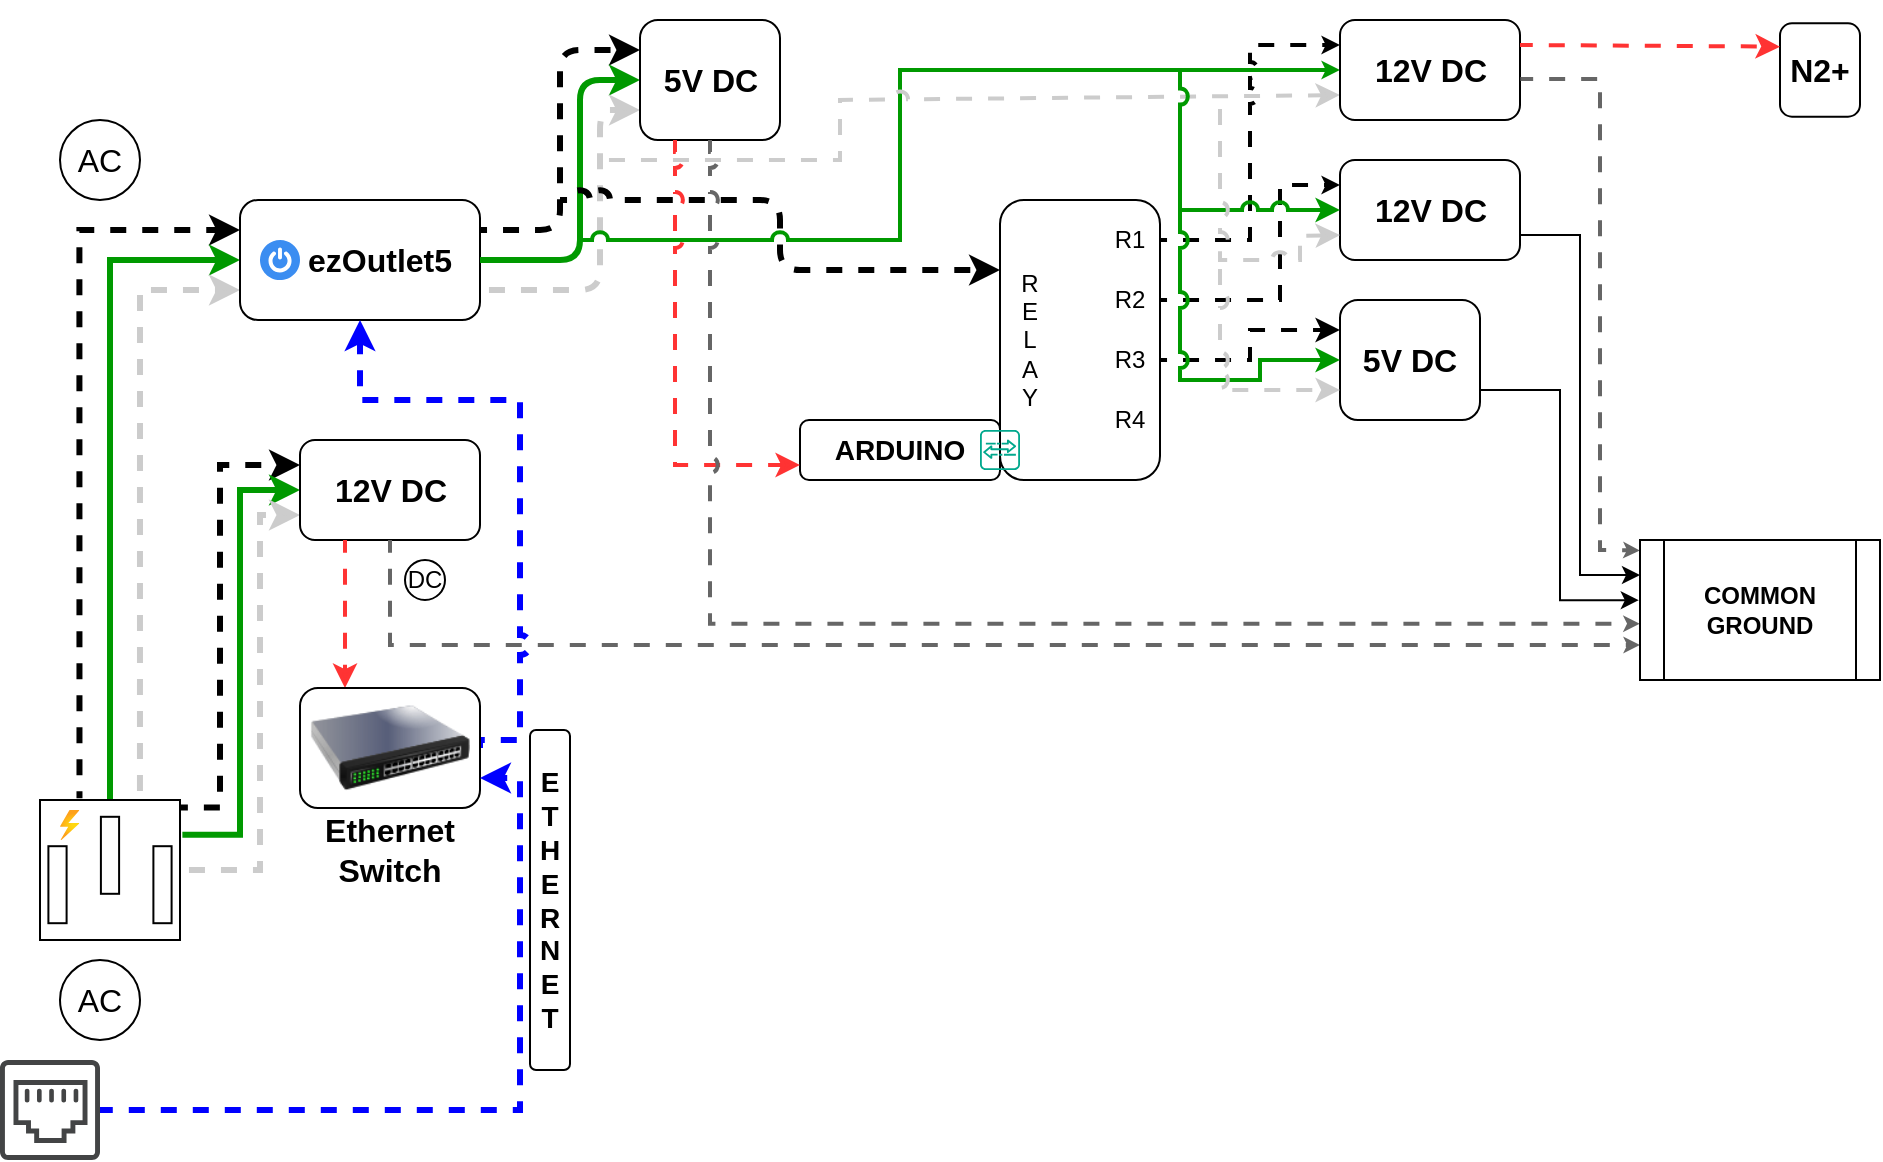
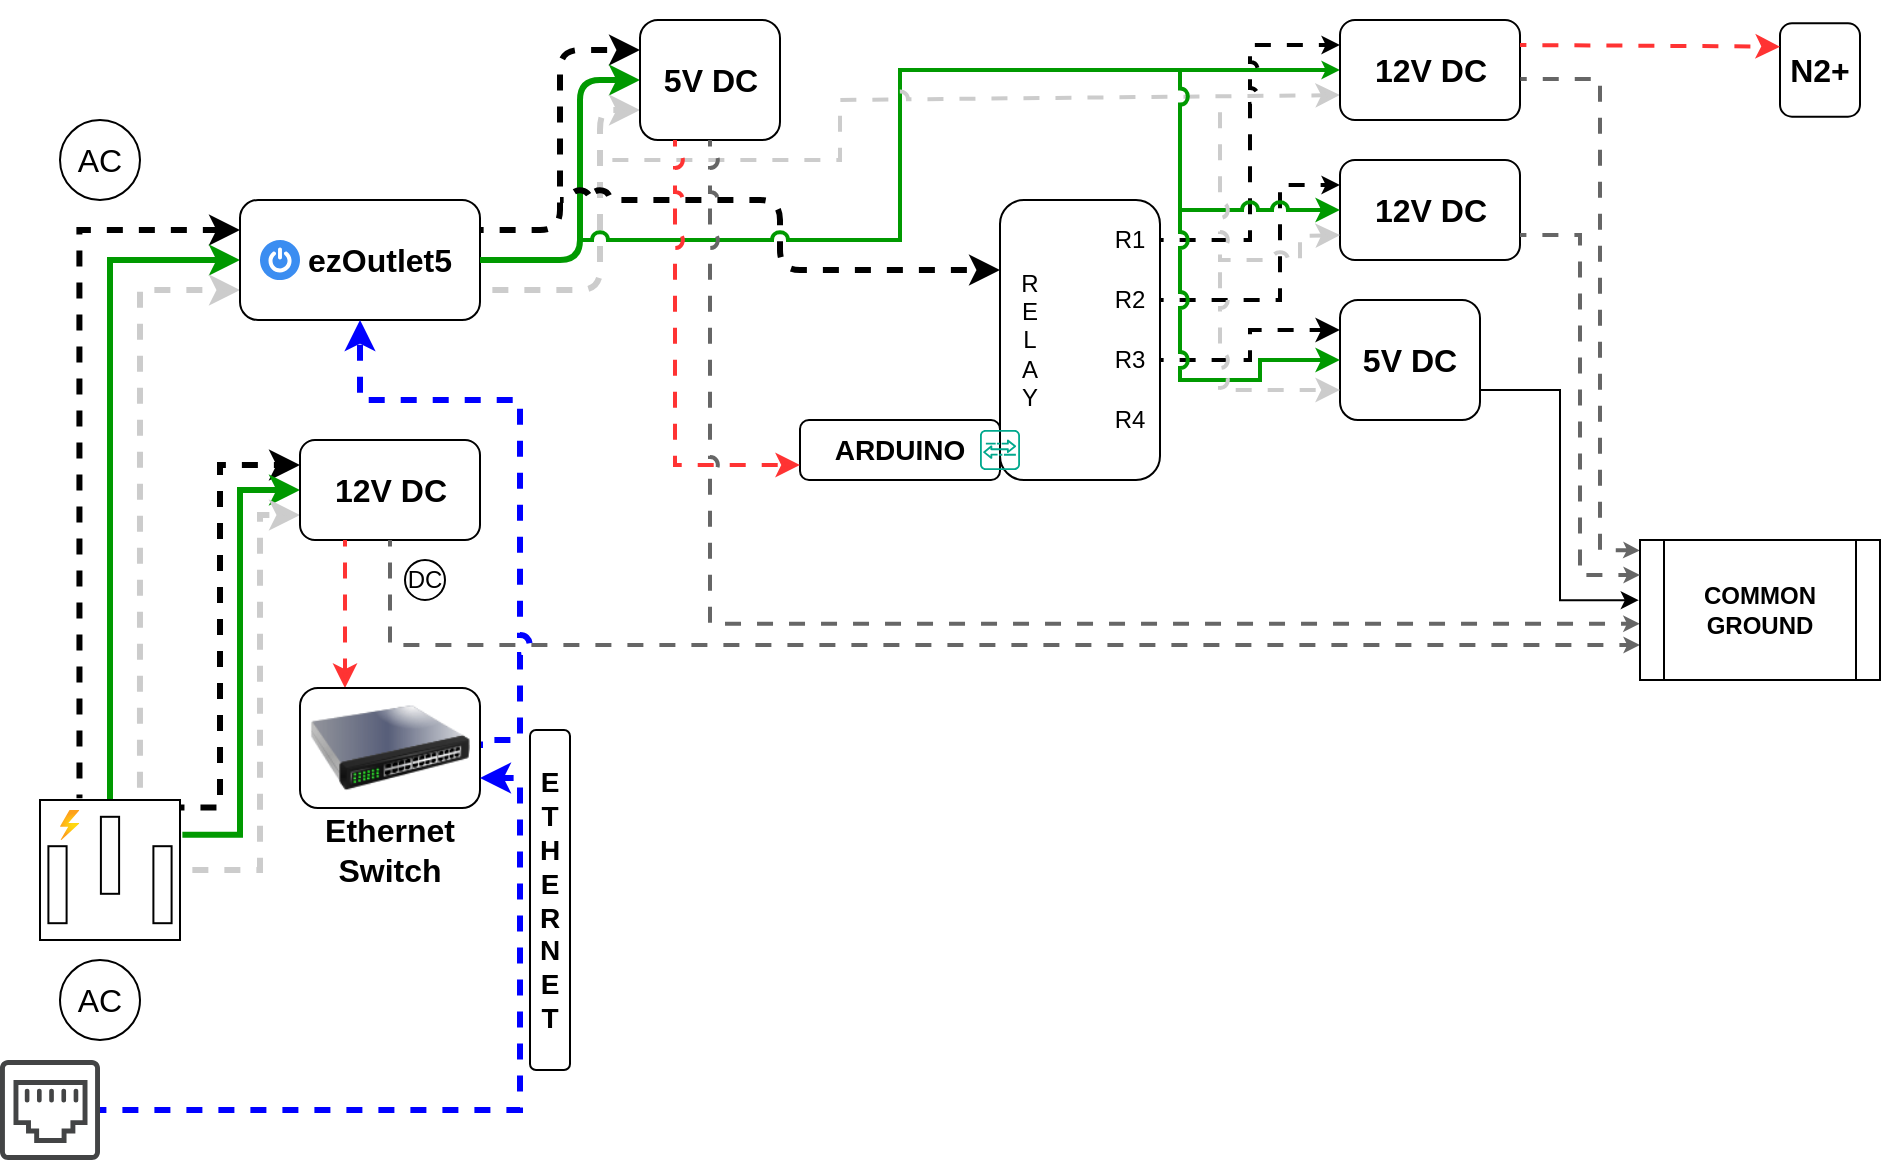
<mxfile host="app.diagrams.net" agent="Mozilla/5.0 (Windows NT 10.0; Win64; x64) AppleWebKit/537.36 (KHTML, like Gecko) Chrome/131.0.0.0 Safari/537.36 Edg/131.0.0.0" version="25.0.3">
  <diagram name="Page-1" id="VlRkN-xOVygPYa-iD9Ir">
-     <mxGraphModel dx="157" dy="98" grid="1" gridSize="10" guides="1" tooltips="1" connect="1" arrows="1" fold="1" page="1" pageScale="1" pageWidth="1600" pageHeight="900" background="none" math="0" shadow="0">
+     <mxGraphModel dx="467" dy="292" grid="1" gridSize="10" guides="1" tooltips="1" connect="1" arrows="1" fold="1" page="1" pageScale="1" pageWidth="1600" pageHeight="900" background="none" math="0" shadow="0">
      <root>
        <mxCell id="0" />
        <mxCell id="1" parent="0" />
        <mxCell id="JVLtuT8sySUBbFbLTn6r-3" style="edgeStyle=orthogonalEdgeStyle;rounded=0;orthogonalLoop=1;jettySize=auto;html=1;entryX=0;entryY=0.25;entryDx=0;entryDy=0;exitX=0.282;exitY=-0.013;exitDx=0;exitDy=0;exitPerimeter=0;strokeWidth=3;flowAnimation=1;flowAnimationDirection=alternate;flowAnimationTimingFunction=ease-in-out;flowAnimationDuration=1500;jumpStyle=arc;" parent="1" source="pD8juBFKP1GN8B8eYQTb-1" target="pD8juBFKP1GN8B8eYQTb-3" edge="1">
          <mxGeometry relative="1" as="geometry" />
        </mxCell>
        <mxCell id="JVLtuT8sySUBbFbLTn6r-4" style="edgeStyle=orthogonalEdgeStyle;rounded=0;orthogonalLoop=1;jettySize=auto;html=1;exitX=0.5;exitY=0;exitDx=0;exitDy=0;exitPerimeter=0;entryX=0;entryY=0.5;entryDx=0;entryDy=0;strokeColor=#009900;strokeWidth=3;jumpStyle=arc;" parent="1" source="pD8juBFKP1GN8B8eYQTb-1" target="pD8juBFKP1GN8B8eYQTb-3" edge="1">
          <mxGeometry relative="1" as="geometry" />
        </mxCell>
        <mxCell id="JVLtuT8sySUBbFbLTn6r-5" style="edgeStyle=orthogonalEdgeStyle;rounded=0;orthogonalLoop=1;jettySize=auto;html=1;entryX=0;entryY=0.75;entryDx=0;entryDy=0;exitX=0.714;exitY=0;exitDx=0;exitDy=0;exitPerimeter=0;strokeWidth=3;strokeColor=#CCCCCC;flowAnimation=1;flowAnimationDirection=alternate-reverse;flowAnimationTimingFunction=ease-in-out;flowAnimationDuration=1500;jumpStyle=arc;" parent="1" source="pD8juBFKP1GN8B8eYQTb-1" target="pD8juBFKP1GN8B8eYQTb-3" edge="1">
          <mxGeometry relative="1" as="geometry">
            <mxPoint x="120" y="320" as="targetPoint" />
          </mxGeometry>
        </mxCell>
        <mxCell id="JVLtuT8sySUBbFbLTn6r-6" style="edgeStyle=orthogonalEdgeStyle;rounded=0;orthogonalLoop=1;jettySize=auto;html=1;entryX=0;entryY=0.25;entryDx=0;entryDy=0;exitX=1.006;exitY=0.054;exitDx=0;exitDy=0;exitPerimeter=0;strokeWidth=3;flowAnimation=1;flowAnimationDirection=alternate;flowAnimationTimingFunction=ease-in-out;flowAnimationDuration=1500;jumpStyle=arc;" parent="1" source="pD8juBFKP1GN8B8eYQTb-1" target="pD8juBFKP1GN8B8eYQTb-24" edge="1">
          <mxGeometry relative="1" as="geometry">
            <Array as="points">
              <mxPoint x="120" y="404" />
              <mxPoint x="120" y="233" />
            </Array>
          </mxGeometry>
        </mxCell>
        <mxCell id="JVLtuT8sySUBbFbLTn6r-7" style="edgeStyle=orthogonalEdgeStyle;rounded=0;orthogonalLoop=1;jettySize=auto;html=1;entryX=0;entryY=0.5;entryDx=0;entryDy=0;exitX=1.017;exitY=0.249;exitDx=0;exitDy=0;exitPerimeter=0;strokeWidth=3;strokeColor=#009900;jumpStyle=arc;" parent="1" source="pD8juBFKP1GN8B8eYQTb-1" target="pD8juBFKP1GN8B8eYQTb-24" edge="1">
          <mxGeometry relative="1" as="geometry" />
        </mxCell>
        <mxCell id="JVLtuT8sySUBbFbLTn6r-8" style="edgeStyle=orthogonalEdgeStyle;rounded=0;orthogonalLoop=1;jettySize=auto;html=1;entryX=0;entryY=0.75;entryDx=0;entryDy=0;strokeColor=#CCCCCC;strokeWidth=3;flowAnimation=1;flowAnimationDirection=alternate-reverse;flowAnimationTimingFunction=ease-in-out;flowAnimationDuration=1500;jumpStyle=arc;" parent="1" source="pD8juBFKP1GN8B8eYQTb-1" target="pD8juBFKP1GN8B8eYQTb-24" edge="1">
          <mxGeometry relative="1" as="geometry">
            <Array as="points">
              <mxPoint x="140" y="435" />
              <mxPoint x="140" y="258" />
            </Array>
          </mxGeometry>
        </mxCell>
        <mxCell id="JVLtuT8sySUBbFbLTn6r-1" value="" style="group" parent="1" vertex="1" connectable="0">
          <mxGeometry x="30" y="480" width="60" height="40" as="geometry" />
        </mxCell>
        <mxCell id="pD8juBFKP1GN8B8eYQTb-22" value="AC" style="text;html=1;align=center;verticalAlign=middle;whiteSpace=wrap;rounded=0;fontSize=16;" parent="JVLtuT8sySUBbFbLTn6r-1" vertex="1">
          <mxGeometry y="5" width="60" height="30" as="geometry" />
        </mxCell>
        <mxCell id="pD8juBFKP1GN8B8eYQTb-23" value="" style="ellipse;whiteSpace=wrap;html=1;fillColor=none;" parent="JVLtuT8sySUBbFbLTn6r-1" vertex="1">
          <mxGeometry x="10" width="40" height="40" as="geometry" />
        </mxCell>
        <mxCell id="JVLtuT8sySUBbFbLTn6r-2" value="" style="group" parent="1" vertex="1" connectable="0">
          <mxGeometry x="30" y="60" width="60" height="40" as="geometry" />
        </mxCell>
        <mxCell id="pD8juBFKP1GN8B8eYQTb-9" value="" style="ellipse;whiteSpace=wrap;html=1;fillColor=none;" parent="JVLtuT8sySUBbFbLTn6r-2" vertex="1">
          <mxGeometry x="10" width="40" height="40" as="geometry" />
        </mxCell>
        <mxCell id="pD8juBFKP1GN8B8eYQTb-11" value="AC" style="text;html=1;align=center;verticalAlign=middle;whiteSpace=wrap;rounded=0;fontSize=16;" parent="JVLtuT8sySUBbFbLTn6r-2" vertex="1">
          <mxGeometry y="5" width="60" height="30" as="geometry" />
        </mxCell>
        <mxCell id="JVLtuT8sySUBbFbLTn6r-9" value="" style="group" parent="1" vertex="1" connectable="0">
          <mxGeometry x="130" y="100" width="120" height="60" as="geometry" />
        </mxCell>
        <mxCell id="JVLtuT8sySUBbFbLTn6r-16" value="" style="group" parent="JVLtuT8sySUBbFbLTn6r-9" vertex="1" connectable="0">
          <mxGeometry width="120" height="60" as="geometry" />
        </mxCell>
        <mxCell id="pD8juBFKP1GN8B8eYQTb-3" value="" style="rounded=1;whiteSpace=wrap;html=1;" parent="JVLtuT8sySUBbFbLTn6r-16" vertex="1">
          <mxGeometry width="120" height="60" as="geometry" />
        </mxCell>
        <mxCell id="JVLtuT8sySUBbFbLTn6r-13" value="" style="sketch=0;html=1;aspect=fixed;strokeColor=none;shadow=0;fillColor=#3B8DF1;verticalAlign=top;labelPosition=center;verticalLabelPosition=bottom;shape=mxgraph.gcp2.a7_power" parent="JVLtuT8sySUBbFbLTn6r-16" vertex="1">
          <mxGeometry x="10" y="20" width="20" height="20" as="geometry" />
        </mxCell>
        <mxCell id="pD8juBFKP1GN8B8eYQTb-15" value="&lt;b&gt;ezOutlet5&lt;/b&gt;" style="text;html=1;align=center;verticalAlign=middle;whiteSpace=wrap;rounded=0;fontSize=16;" parent="JVLtuT8sySUBbFbLTn6r-16" vertex="1">
          <mxGeometry x="40" y="10" width="60" height="40" as="geometry" />
        </mxCell>
        <mxCell id="JVLtuT8sySUBbFbLTn6r-11" value="" style="group" parent="1" vertex="1" connectable="0">
          <mxGeometry x="160" y="220" width="90" height="50" as="geometry" />
        </mxCell>
        <mxCell id="JVLtuT8sySUBbFbLTn6r-72" value="" style="group" parent="JVLtuT8sySUBbFbLTn6r-11" vertex="1" connectable="0">
          <mxGeometry width="90" height="50" as="geometry" />
        </mxCell>
        <mxCell id="pD8juBFKP1GN8B8eYQTb-24" value="" style="rounded=1;whiteSpace=wrap;html=1;" parent="JVLtuT8sySUBbFbLTn6r-72" vertex="1">
          <mxGeometry width="90" height="50" as="geometry" />
        </mxCell>
        <mxCell id="JVLtuT8sySUBbFbLTn6r-10" value="&lt;font style=&quot;font-size: 16px;&quot;&gt;&lt;b&gt;12V DC&lt;/b&gt;&lt;/font&gt;" style="text;html=1;align=center;verticalAlign=middle;whiteSpace=wrap;rounded=0;" parent="JVLtuT8sySUBbFbLTn6r-72" vertex="1">
          <mxGeometry x="15.75" y="10" width="58.5" height="30" as="geometry" />
        </mxCell>
        <mxCell id="JVLtuT8sySUBbFbLTn6r-18" value="" style="group" parent="1" vertex="1" connectable="0">
          <mxGeometry x="30" y="400" width="70" height="70" as="geometry" />
        </mxCell>
        <mxCell id="pD8juBFKP1GN8B8eYQTb-1" value="" style="pointerEvents=1;verticalLabelPosition=bottom;shadow=0;dashed=0;align=center;html=1;verticalAlign=top;shape=mxgraph.electrical.miscellaneous.ac_out" parent="JVLtuT8sySUBbFbLTn6r-18" vertex="1">
          <mxGeometry width="70" height="70" as="geometry" />
        </mxCell>
        <mxCell id="JVLtuT8sySUBbFbLTn6r-12" value="" style="image;aspect=fixed;html=1;points=[];align=center;fontSize=12;image=img/lib/azure2/general/Power.svg;" parent="JVLtuT8sySUBbFbLTn6r-18" vertex="1">
          <mxGeometry x="10" y="5" width="9.72" height="15" as="geometry" />
        </mxCell>
        <mxCell id="JVLtuT8sySUBbFbLTn6r-23" style="edgeStyle=orthogonalEdgeStyle;rounded=0;orthogonalLoop=1;jettySize=auto;html=1;entryX=0.25;entryY=0;entryDx=0;entryDy=0;exitX=0.25;exitY=1;exitDx=0;exitDy=0;strokeColor=#FF3333;strokeWidth=2;flowAnimation=1;jumpStyle=arc;" parent="1" source="pD8juBFKP1GN8B8eYQTb-24" target="JVLtuT8sySUBbFbLTn6r-19" edge="1">
          <mxGeometry relative="1" as="geometry" />
        </mxCell>
        <mxCell id="JVLtuT8sySUBbFbLTn6r-28" value="" style="group" parent="1" vertex="1" connectable="0">
          <mxGeometry x="210" y="280" width="25" height="20" as="geometry" />
        </mxCell>
        <mxCell id="JVLtuT8sySUBbFbLTn6r-26" value="" style="ellipse;whiteSpace=wrap;html=1;aspect=fixed;" parent="JVLtuT8sySUBbFbLTn6r-28" vertex="1">
          <mxGeometry x="2.5" width="20" height="20" as="geometry" />
        </mxCell>
        <mxCell id="JVLtuT8sySUBbFbLTn6r-27" value="&lt;font&gt;DC&lt;/font&gt;" style="text;html=1;align=center;verticalAlign=middle;whiteSpace=wrap;rounded=0;" parent="JVLtuT8sySUBbFbLTn6r-28" vertex="1">
          <mxGeometry y="2.5" width="25" height="15" as="geometry" />
        </mxCell>
        <mxCell id="JVLtuT8sySUBbFbLTn6r-29" style="edgeStyle=orthogonalEdgeStyle;rounded=0;orthogonalLoop=1;jettySize=auto;html=1;exitX=0.5;exitY=1;exitDx=0;exitDy=0;strokeWidth=2;flowAnimation=1;strokeColor=#666666;jumpStyle=arc;entryX=0;entryY=0.75;entryDx=0;entryDy=0;endSize=2;" parent="1" source="pD8juBFKP1GN8B8eYQTb-24" target="0aRQkGjj-KWWZOeJOGup-9" edge="1">
          <mxGeometry relative="1" as="geometry">
            <mxPoint x="810" y="370" as="targetPoint" />
          </mxGeometry>
        </mxCell>
        <mxCell id="JVLtuT8sySUBbFbLTn6r-30" style="edgeStyle=orthogonalEdgeStyle;rounded=0;orthogonalLoop=1;jettySize=auto;html=1;exitX=1;exitY=0.5;exitDx=0;exitDy=0;entryX=0.5;entryY=1;entryDx=0;entryDy=0;strokeColor=#0000FF;strokeWidth=3;flowAnimation=1;jumpStyle=arc;" parent="1" source="JVLtuT8sySUBbFbLTn6r-19" target="pD8juBFKP1GN8B8eYQTb-3" edge="1">
          <mxGeometry relative="1" as="geometry">
            <Array as="points">
              <mxPoint x="270" y="370" />
              <mxPoint x="270" y="200" />
              <mxPoint x="190" y="200" />
            </Array>
          </mxGeometry>
        </mxCell>
        <mxCell id="JVLtuT8sySUBbFbLTn6r-33" value="" style="rounded=1;whiteSpace=wrap;html=1;" parent="1" vertex="1">
          <mxGeometry x="510" y="100" width="80" height="140" as="geometry" />
        </mxCell>
        <mxCell id="JVLtuT8sySUBbFbLTn6r-35" style="edgeStyle=orthogonalEdgeStyle;rounded=1;orthogonalLoop=1;jettySize=auto;html=1;exitX=1;exitY=0.25;exitDx=0;exitDy=0;entryX=0;entryY=0.25;entryDx=0;entryDy=0;curved=0;strokeWidth=3;flowAnimation=1;flowAnimationDirection=alternate;flowAnimationTimingFunction=ease-in-out;flowAnimationDuration=1500;jumpStyle=arc;" parent="1" source="pD8juBFKP1GN8B8eYQTb-3" target="JVLtuT8sySUBbFbLTn6r-34" edge="1">
          <mxGeometry relative="1" as="geometry" />
        </mxCell>
        <mxCell id="JVLtuT8sySUBbFbLTn6r-36" style="edgeStyle=orthogonalEdgeStyle;rounded=1;orthogonalLoop=1;jettySize=auto;html=1;exitX=1;exitY=0.5;exitDx=0;exitDy=0;entryX=0;entryY=0.5;entryDx=0;entryDy=0;curved=0;strokeWidth=3;strokeColor=#009900;jumpStyle=arc;" parent="1" source="pD8juBFKP1GN8B8eYQTb-3" target="JVLtuT8sySUBbFbLTn6r-34" edge="1">
          <mxGeometry relative="1" as="geometry">
            <Array as="points">
              <mxPoint x="300" y="130" />
              <mxPoint x="300" y="40" />
            </Array>
          </mxGeometry>
        </mxCell>
        <mxCell id="JVLtuT8sySUBbFbLTn6r-37" style="edgeStyle=orthogonalEdgeStyle;rounded=1;orthogonalLoop=1;jettySize=auto;html=1;exitX=1;exitY=0.75;exitDx=0;exitDy=0;entryX=0;entryY=0.75;entryDx=0;entryDy=0;curved=0;strokeColor=#CCCCCC;strokeWidth=3;flowAnimation=1;flowAnimationDirection=alternate-reverse;flowAnimationTimingFunction=ease-in-out;flowAnimationDuration=1500;jumpStyle=arc;" parent="1" source="pD8juBFKP1GN8B8eYQTb-3" target="JVLtuT8sySUBbFbLTn6r-34" edge="1">
          <mxGeometry relative="1" as="geometry">
            <Array as="points">
              <mxPoint x="310" y="145" />
              <mxPoint x="310" y="55" />
            </Array>
          </mxGeometry>
        </mxCell>
        <mxCell id="JVLtuT8sySUBbFbLTn6r-40" value="" style="endArrow=classic;html=1;rounded=1;curved=0;entryX=0;entryY=0.25;entryDx=0;entryDy=0;jumpStyle=arc;strokeWidth=3;flowAnimation=1;flowAnimationDirection=alternate;flowAnimationTimingFunction=ease-in-out;flowAnimationDuration=1500;" parent="1" target="JVLtuT8sySUBbFbLTn6r-33" edge="1">
          <mxGeometry width="50" height="50" relative="1" as="geometry">
            <mxPoint x="290" y="100" as="sourcePoint" />
            <mxPoint x="410" y="170" as="targetPoint" />
            <Array as="points">
              <mxPoint x="400" y="100" />
              <mxPoint x="400" y="135" />
            </Array>
          </mxGeometry>
        </mxCell>
        <mxCell id="JVLtuT8sySUBbFbLTn6r-51" value="" style="group" parent="1" vertex="1" connectable="0">
          <mxGeometry x="160" y="344" width="90" height="96" as="geometry" />
        </mxCell>
        <mxCell id="JVLtuT8sySUBbFbLTn6r-21" value="" style="group" parent="JVLtuT8sySUBbFbLTn6r-51" vertex="1" connectable="0">
          <mxGeometry width="90" height="70" as="geometry" />
        </mxCell>
        <mxCell id="JVLtuT8sySUBbFbLTn6r-50" value="" style="group" parent="JVLtuT8sySUBbFbLTn6r-21" vertex="1" connectable="0">
          <mxGeometry width="90" height="70" as="geometry" />
        </mxCell>
        <mxCell id="JVLtuT8sySUBbFbLTn6r-19" value="" style="rounded=1;whiteSpace=wrap;html=1;" parent="JVLtuT8sySUBbFbLTn6r-50" vertex="1">
          <mxGeometry width="90" height="60" as="geometry" />
        </mxCell>
        <mxCell id="JVLtuT8sySUBbFbLTn6r-49" value="" style="image;html=1;image=img/lib/clip_art/networking/Switch_128x128.png" parent="JVLtuT8sySUBbFbLTn6r-50" vertex="1">
          <mxGeometry x="5" y="-10" width="80" height="80" as="geometry" />
        </mxCell>
        <mxCell id="JVLtuT8sySUBbFbLTn6r-20" value="&lt;b&gt;&lt;font style=&quot;font-size: 16px;&quot;&gt;Ethernet&lt;/font&gt;&lt;/b&gt;&lt;div&gt;&lt;b&gt;&lt;font style=&quot;font-size: 16px;&quot;&gt;Switch&lt;/font&gt;&lt;/b&gt;&lt;/div&gt;" style="text;html=1;align=center;verticalAlign=middle;whiteSpace=wrap;rounded=0;" parent="JVLtuT8sySUBbFbLTn6r-51" vertex="1">
          <mxGeometry x="15" y="66" width="60" height="30" as="geometry" />
        </mxCell>
        <mxCell id="JVLtuT8sySUBbFbLTn6r-53" value="" style="group" parent="1" vertex="1" connectable="0">
          <mxGeometry x="330" y="10" width="70" height="60" as="geometry" />
        </mxCell>
        <mxCell id="JVLtuT8sySUBbFbLTn6r-71" value="" style="group" parent="JVLtuT8sySUBbFbLTn6r-53" vertex="1" connectable="0">
          <mxGeometry width="70" height="60" as="geometry" />
        </mxCell>
        <mxCell id="JVLtuT8sySUBbFbLTn6r-34" value="" style="rounded=1;whiteSpace=wrap;html=1;" parent="JVLtuT8sySUBbFbLTn6r-71" vertex="1">
          <mxGeometry width="70" height="60" as="geometry" />
        </mxCell>
        <mxCell id="JVLtuT8sySUBbFbLTn6r-52" value="&lt;font style=&quot;font-size: 16px;&quot;&gt;&lt;b&gt;5&lt;/b&gt;&lt;/font&gt;&lt;b style=&quot;font-size: 16px; background-color: initial;&quot;&gt;V DC&lt;/b&gt;" style="text;html=1;align=center;verticalAlign=middle;whiteSpace=wrap;rounded=0;" parent="JVLtuT8sySUBbFbLTn6r-71" vertex="1">
          <mxGeometry x="5.75" y="15" width="58.5" height="30" as="geometry" />
        </mxCell>
        <mxCell id="JVLtuT8sySUBbFbLTn6r-54" value="" style="endArrow=classic;html=1;rounded=0;entryX=0;entryY=0.5;entryDx=0;entryDy=0;jumpStyle=arc;strokeColor=#009900;strokeWidth=2;endSize=3;" parent="1" target="JVLtuT8sySUBbFbLTn6r-74" edge="1">
          <mxGeometry width="50" height="50" relative="1" as="geometry">
            <mxPoint x="300" y="120" as="sourcePoint" />
            <mxPoint x="350" y="80" as="targetPoint" />
            <Array as="points">
              <mxPoint x="460" y="120" />
              <mxPoint x="460" y="35" />
            </Array>
          </mxGeometry>
        </mxCell>
        <mxCell id="JVLtuT8sySUBbFbLTn6r-55" value="" style="endArrow=classic;html=1;rounded=0;entryX=0;entryY=0.75;entryDx=0;entryDy=0;strokeColor=#CCCCCC;strokeWidth=2;jumpStyle=arc;flowAnimation=1;flowAnimationDirection=alternate-reverse;flowAnimationTimingFunction=ease-in-out;flowAnimationDuration=1500;" parent="1" target="JVLtuT8sySUBbFbLTn6r-74" edge="1">
          <mxGeometry width="50" height="50" relative="1" as="geometry">
            <mxPoint x="310" y="80" as="sourcePoint" />
            <mxPoint x="350" y="140" as="targetPoint" />
            <Array as="points">
              <mxPoint x="430" y="80" />
              <mxPoint x="430" y="50" />
              <mxPoint x="520" y="50" />
            </Array>
          </mxGeometry>
        </mxCell>
        <mxCell id="JVLtuT8sySUBbFbLTn6r-56" value="R&lt;div&gt;E&lt;/div&gt;&lt;div&gt;L&lt;/div&gt;&lt;div&gt;A&lt;/div&gt;&lt;div&gt;Y&lt;/div&gt;" style="text;html=1;align=center;verticalAlign=middle;whiteSpace=wrap;rounded=0;" parent="1" vertex="1">
          <mxGeometry x="510" y="135" width="30" height="70" as="geometry" />
        </mxCell>
        <mxCell id="JVLtuT8sySUBbFbLTn6r-79" style="edgeStyle=orthogonalEdgeStyle;rounded=0;orthogonalLoop=1;jettySize=auto;html=1;exitX=1;exitY=0.5;exitDx=0;exitDy=0;entryX=0;entryY=0.25;entryDx=0;entryDy=0;strokeWidth=2;flowAnimation=1;flowAnimationDirection=alternate;flowAnimationTimingFunction=ease-in-out;flowAnimationDuration=1500;jumpStyle=arc;endSize=3;" parent="1" source="JVLtuT8sySUBbFbLTn6r-57" target="JVLtuT8sySUBbFbLTn6r-74" edge="1">
          <mxGeometry relative="1" as="geometry" />
        </mxCell>
        <mxCell id="JVLtuT8sySUBbFbLTn6r-57" value="R1" style="text;html=1;align=center;verticalAlign=middle;whiteSpace=wrap;rounded=0;" parent="1" vertex="1">
          <mxGeometry x="560" y="105" width="30" height="30" as="geometry" />
        </mxCell>
        <mxCell id="JVLtuT8sySUBbFbLTn6r-80" style="edgeStyle=orthogonalEdgeStyle;rounded=0;orthogonalLoop=1;jettySize=auto;html=1;exitX=1;exitY=0.5;exitDx=0;exitDy=0;entryX=0;entryY=0.25;entryDx=0;entryDy=0;strokeWidth=2;flowAnimation=1;flowAnimationDirection=alternate;flowAnimationTimingFunction=ease-in-out;flowAnimationDuration=1500;endSize=3;jumpStyle=arc;" parent="1" source="JVLtuT8sySUBbFbLTn6r-58" target="JVLtuT8sySUBbFbLTn6r-77" edge="1">
          <mxGeometry relative="1" as="geometry">
            <Array as="points">
              <mxPoint x="650" y="150" />
              <mxPoint x="650" y="93" />
            </Array>
          </mxGeometry>
        </mxCell>
        <mxCell id="JVLtuT8sySUBbFbLTn6r-58" value="R2" style="text;html=1;align=center;verticalAlign=middle;whiteSpace=wrap;rounded=0;" parent="1" vertex="1">
          <mxGeometry x="560" y="135" width="30" height="30" as="geometry" />
        </mxCell>
        <mxCell id="JVLtuT8sySUBbFbLTn6r-81" style="edgeStyle=orthogonalEdgeStyle;rounded=0;orthogonalLoop=1;jettySize=auto;html=1;exitX=1;exitY=0.5;exitDx=0;exitDy=0;entryX=0;entryY=0.25;entryDx=0;entryDy=0;strokeWidth=2;flowAnimation=1;flowAnimationDirection=alternate;flowAnimationTimingFunction=ease-in-out;flowAnimationDuration=1500;jumpStyle=arc;" parent="1" source="JVLtuT8sySUBbFbLTn6r-59" target="JVLtuT8sySUBbFbLTn6r-63" edge="1">
          <mxGeometry relative="1" as="geometry" />
        </mxCell>
        <mxCell id="JVLtuT8sySUBbFbLTn6r-59" value="R3" style="text;html=1;align=center;verticalAlign=middle;whiteSpace=wrap;rounded=0;" parent="1" vertex="1">
          <mxGeometry x="560" y="165" width="30" height="30" as="geometry" />
        </mxCell>
        <mxCell id="JVLtuT8sySUBbFbLTn6r-60" value="R4" style="text;html=1;align=center;verticalAlign=middle;whiteSpace=wrap;rounded=0;" parent="1" vertex="1">
          <mxGeometry x="560" y="195" width="30" height="30" as="geometry" />
        </mxCell>
        <mxCell id="JVLtuT8sySUBbFbLTn6r-67" value="" style="group" parent="1" vertex="1" connectable="0">
          <mxGeometry x="680" y="150" width="70" height="60" as="geometry" />
        </mxCell>
        <mxCell id="JVLtuT8sySUBbFbLTn6r-63" value="" style="rounded=1;whiteSpace=wrap;html=1;" parent="JVLtuT8sySUBbFbLTn6r-67" vertex="1">
          <mxGeometry width="70" height="60" as="geometry" />
        </mxCell>
        <mxCell id="JVLtuT8sySUBbFbLTn6r-62" value="" style="group" parent="JVLtuT8sySUBbFbLTn6r-67" vertex="1" connectable="0">
          <mxGeometry x="5" y="5" width="60" height="50" as="geometry" />
        </mxCell>
        <mxCell id="JVLtuT8sySUBbFbLTn6r-64" value="&lt;font style=&quot;font-size: 16px;&quot;&gt;&lt;b&gt;5&lt;/b&gt;&lt;/font&gt;&lt;b style=&quot;font-size: 16px; background-color: initial;&quot;&gt;V DC&lt;/b&gt;" style="text;html=1;align=center;verticalAlign=middle;whiteSpace=wrap;rounded=0;" parent="JVLtuT8sySUBbFbLTn6r-62" vertex="1">
          <mxGeometry x="4.928571428571428" y="12.5" width="50.14285714285714" height="25" as="geometry" />
        </mxCell>
        <mxCell id="JVLtuT8sySUBbFbLTn6r-73" value="" style="group" parent="1" vertex="1" connectable="0">
          <mxGeometry x="680" y="10" width="90" height="50" as="geometry" />
        </mxCell>
        <mxCell id="JVLtuT8sySUBbFbLTn6r-74" value="" style="rounded=1;whiteSpace=wrap;html=1;" parent="JVLtuT8sySUBbFbLTn6r-73" vertex="1">
          <mxGeometry width="90" height="50" as="geometry" />
        </mxCell>
        <mxCell id="JVLtuT8sySUBbFbLTn6r-75" value="&lt;font style=&quot;font-size: 16px;&quot;&gt;&lt;b&gt;12V DC&lt;/b&gt;&lt;/font&gt;" style="text;html=1;align=center;verticalAlign=middle;whiteSpace=wrap;rounded=0;" parent="JVLtuT8sySUBbFbLTn6r-73" vertex="1">
          <mxGeometry x="15.75" y="10" width="58.5" height="30" as="geometry" />
        </mxCell>
        <mxCell id="JVLtuT8sySUBbFbLTn6r-76" value="" style="group" parent="1" vertex="1" connectable="0">
          <mxGeometry x="680" y="80" width="90" height="50" as="geometry" />
        </mxCell>
        <mxCell id="JVLtuT8sySUBbFbLTn6r-77" value="" style="rounded=1;whiteSpace=wrap;html=1;" parent="JVLtuT8sySUBbFbLTn6r-76" vertex="1">
          <mxGeometry width="90" height="50" as="geometry" />
        </mxCell>
        <mxCell id="JVLtuT8sySUBbFbLTn6r-78" value="&lt;font style=&quot;font-size: 16px;&quot;&gt;&lt;b&gt;12V DC&lt;/b&gt;&lt;/font&gt;" style="text;html=1;align=center;verticalAlign=middle;whiteSpace=wrap;rounded=0;" parent="JVLtuT8sySUBbFbLTn6r-76" vertex="1">
          <mxGeometry x="15.75" y="10" width="58.5" height="30" as="geometry" />
        </mxCell>
        <mxCell id="JVLtuT8sySUBbFbLTn6r-82" value="" style="endArrow=classic;html=1;rounded=0;entryX=0;entryY=0.5;entryDx=0;entryDy=0;jumpStyle=arc;strokeColor=#009900;strokeWidth=2;" parent="1" target="JVLtuT8sySUBbFbLTn6r-77" edge="1">
          <mxGeometry width="50" height="50" relative="1" as="geometry">
            <mxPoint x="600" y="35" as="sourcePoint" />
            <mxPoint x="660" y="105" as="targetPoint" />
            <Array as="points">
              <mxPoint x="600" y="105" />
            </Array>
          </mxGeometry>
        </mxCell>
        <mxCell id="JVLtuT8sySUBbFbLTn6r-83" value="" style="endArrow=classic;html=1;rounded=0;entryX=0;entryY=0.75;entryDx=0;entryDy=0;strokeWidth=2;strokeColor=#CCCCCC;flowAnimation=1;flowAnimationTimingFunction=ease-in-out;flowAnimationDirection=alternate-reverse;jumpStyle=arc;flowAnimationDuration=1500;" parent="1" target="JVLtuT8sySUBbFbLTn6r-77" edge="1">
          <mxGeometry width="50" height="50" relative="1" as="geometry">
            <mxPoint x="620" y="50" as="sourcePoint" />
            <mxPoint x="480" y="40" as="targetPoint" />
            <Array as="points">
              <mxPoint x="620" y="130" />
              <mxPoint x="660" y="130" />
              <mxPoint x="660" y="118" />
            </Array>
          </mxGeometry>
        </mxCell>
        <mxCell id="JVLtuT8sySUBbFbLTn6r-88" value="" style="endArrow=classic;html=1;rounded=0;entryX=0;entryY=0.5;entryDx=0;entryDy=0;strokeColor=#009900;strokeWidth=2;jumpStyle=arc;" parent="1" target="JVLtuT8sySUBbFbLTn6r-63" edge="1">
          <mxGeometry width="50" height="50" relative="1" as="geometry">
            <mxPoint x="600" y="100" as="sourcePoint" />
            <mxPoint x="600" y="140" as="targetPoint" />
            <Array as="points">
              <mxPoint x="600" y="190" />
              <mxPoint x="640" y="190" />
              <mxPoint x="640" y="180" />
            </Array>
          </mxGeometry>
        </mxCell>
        <mxCell id="JVLtuT8sySUBbFbLTn6r-89" value="" style="endArrow=classic;html=1;rounded=0;entryX=0;entryY=0.75;entryDx=0;entryDy=0;strokeWidth=2;strokeColor=#CCCCCC;flowAnimation=1;jumpStyle=arc;flowAnimationTimingFunction=ease-in-out;flowAnimationDirection=alternate-reverse;flowAnimationDuration=1500;" parent="1" target="JVLtuT8sySUBbFbLTn6r-63" edge="1">
          <mxGeometry width="50" height="50" relative="1" as="geometry">
            <mxPoint x="620" y="130" as="sourcePoint" />
            <mxPoint x="600" y="100" as="targetPoint" />
            <Array as="points">
              <mxPoint x="620" y="195" />
            </Array>
          </mxGeometry>
        </mxCell>
        <mxCell id="JVLtuT8sySUBbFbLTn6r-90" value="&lt;b&gt;&lt;font style=&quot;font-size: 14px;&quot;&gt;ARDUINO&lt;/font&gt;&lt;/b&gt;" style="rounded=1;whiteSpace=wrap;html=1;" parent="1" vertex="1">
          <mxGeometry x="410" y="210" width="100" height="30" as="geometry" />
        </mxCell>
        <mxCell id="JVLtuT8sySUBbFbLTn6r-91" style="edgeStyle=orthogonalEdgeStyle;rounded=0;orthogonalLoop=1;jettySize=auto;html=1;exitX=0.25;exitY=1;exitDx=0;exitDy=0;entryX=0;entryY=0.75;entryDx=0;entryDy=0;strokeWidth=2;flowAnimation=1;strokeColor=#FF3333;jumpStyle=arc;" parent="1" source="JVLtuT8sySUBbFbLTn6r-34" target="JVLtuT8sySUBbFbLTn6r-90" edge="1">
          <mxGeometry relative="1" as="geometry" />
        </mxCell>
        <mxCell id="JVLtuT8sySUBbFbLTn6r-92" style="edgeStyle=orthogonalEdgeStyle;rounded=0;orthogonalLoop=1;jettySize=auto;html=1;exitX=0.5;exitY=1;exitDx=0;exitDy=0;entryX=-0.001;entryY=0.598;entryDx=0;entryDy=0;strokeWidth=2;flowAnimation=1;strokeColor=#666666;jumpStyle=arc;endSize=2;entryPerimeter=0;" parent="1" source="JVLtuT8sySUBbFbLTn6r-34" target="0aRQkGjj-KWWZOeJOGup-9" edge="1">
          <mxGeometry relative="1" as="geometry" />
        </mxCell>
        <mxCell id="JVLtuT8sySUBbFbLTn6r-93" value="" style="sketch=0;outlineConnect=0;fontColor=#232F3E;gradientColor=none;fillColor=#01A88D;strokeColor=none;dashed=0;verticalLabelPosition=bottom;verticalAlign=top;align=center;html=1;fontSize=12;fontStyle=0;aspect=fixed;shape=mxgraph.aws4.agent2;" parent="1" vertex="1">
          <mxGeometry x="500" y="215" width="20" height="20" as="geometry" />
        </mxCell>
        <mxCell id="0aRQkGjj-KWWZOeJOGup-1" value="" style="endArrow=classic;html=1;rounded=0;entryX=1;entryY=0.75;entryDx=0;entryDy=0;strokeWidth=3;strokeColor=#0000FF;flowAnimation=1;jumpStyle=arc;" edge="1" parent="1" source="0aRQkGjj-KWWZOeJOGup-3" target="JVLtuT8sySUBbFbLTn6r-19">
          <mxGeometry width="50" height="50" relative="1" as="geometry">
            <mxPoint x="40" y="560" as="sourcePoint" />
            <mxPoint x="560" y="420" as="targetPoint" />
            <Array as="points">
              <mxPoint x="270" y="555" />
              <mxPoint x="270" y="389" />
            </Array>
          </mxGeometry>
        </mxCell>
        <mxCell id="0aRQkGjj-KWWZOeJOGup-2" value="" style="group" vertex="1" connectable="0" parent="1">
          <mxGeometry x="270" y="365" width="30" height="170" as="geometry" />
        </mxCell>
        <mxCell id="JVLtuT8sySUBbFbLTn6r-31" value="" style="rounded=1;whiteSpace=wrap;html=1;" parent="0aRQkGjj-KWWZOeJOGup-2" vertex="1">
          <mxGeometry x="5" width="20" height="170" as="geometry" />
        </mxCell>
        <mxCell id="JVLtuT8sySUBbFbLTn6r-32" value="&lt;b&gt;&lt;font style=&quot;font-size: 14px;&quot;&gt;E&lt;/font&gt;&lt;/b&gt;&lt;div&gt;&lt;b&gt;&lt;font style=&quot;font-size: 14px;&quot;&gt;T&lt;/font&gt;&lt;/b&gt;&lt;/div&gt;&lt;div&gt;&lt;b&gt;&lt;font style=&quot;font-size: 14px;&quot;&gt;H&lt;/font&gt;&lt;/b&gt;&lt;/div&gt;&lt;div&gt;&lt;b&gt;&lt;font style=&quot;font-size: 14px;&quot;&gt;E&lt;/font&gt;&lt;/b&gt;&lt;/div&gt;&lt;div&gt;&lt;b&gt;&lt;font style=&quot;font-size: 14px;&quot;&gt;R&lt;/font&gt;&lt;/b&gt;&lt;/div&gt;&lt;div&gt;&lt;b&gt;&lt;font style=&quot;font-size: 14px;&quot;&gt;N&lt;/font&gt;&lt;/b&gt;&lt;/div&gt;&lt;div&gt;&lt;b&gt;&lt;font style=&quot;font-size: 14px;&quot;&gt;E&lt;/font&gt;&lt;/b&gt;&lt;/div&gt;&lt;div&gt;&lt;b&gt;&lt;font style=&quot;font-size: 14px;&quot;&gt;T&lt;/font&gt;&lt;/b&gt;&lt;/div&gt;" style="text;html=1;align=center;verticalAlign=middle;whiteSpace=wrap;rounded=0;" parent="0aRQkGjj-KWWZOeJOGup-2" vertex="1">
          <mxGeometry y="10" width="30" height="150" as="geometry" />
        </mxCell>
        <mxCell id="0aRQkGjj-KWWZOeJOGup-3" value="" style="sketch=0;pointerEvents=1;shadow=0;dashed=0;html=1;strokeColor=none;fillColor=#434445;aspect=fixed;labelPosition=center;verticalLabelPosition=bottom;verticalAlign=top;align=center;outlineConnect=0;shape=mxgraph.vvd.ethernet_port;" vertex="1" parent="1">
          <mxGeometry x="10" y="530" width="50" height="50" as="geometry" />
        </mxCell>
        <mxCell id="0aRQkGjj-KWWZOeJOGup-6" value="" style="group" vertex="1" connectable="0" parent="1">
          <mxGeometry x="890" width="60" height="70" as="geometry" />
        </mxCell>
        <mxCell id="0aRQkGjj-KWWZOeJOGup-4" value="" style="rounded=1;whiteSpace=wrap;html=1;" vertex="1" parent="0aRQkGjj-KWWZOeJOGup-6">
          <mxGeometry x="10" y="11.666666666666668" width="40" height="46.66666666666667" as="geometry" />
        </mxCell>
        <mxCell id="0aRQkGjj-KWWZOeJOGup-5" value="&lt;b&gt;&lt;font style=&quot;font-size: 16px;&quot;&gt;N2+&lt;/font&gt;&lt;/b&gt;" style="text;html=1;align=center;verticalAlign=middle;whiteSpace=wrap;rounded=0;" vertex="1" parent="0aRQkGjj-KWWZOeJOGup-6">
          <mxGeometry x="10" y="11.666666666666668" width="40" height="46.66666666666667" as="geometry" />
        </mxCell>
        <mxCell id="0aRQkGjj-KWWZOeJOGup-7" style="edgeStyle=orthogonalEdgeStyle;rounded=0;orthogonalLoop=1;jettySize=auto;html=1;exitX=1;exitY=0.25;exitDx=0;exitDy=0;entryX=0;entryY=0.25;entryDx=0;entryDy=0;strokeWidth=2;jumpStyle=arc;flowAnimation=1;strokeColor=#FF3333;" edge="1" parent="1" source="JVLtuT8sySUBbFbLTn6r-74" target="0aRQkGjj-KWWZOeJOGup-5">
          <mxGeometry relative="1" as="geometry" />
        </mxCell>
        <mxCell id="0aRQkGjj-KWWZOeJOGup-8" style="edgeStyle=orthogonalEdgeStyle;rounded=0;orthogonalLoop=1;jettySize=auto;html=1;exitX=1.002;exitY=0.598;exitDx=0;exitDy=0;entryX=-0.001;entryY=0.075;entryDx=0;entryDy=0;strokeWidth=2;strokeColor=#666666;flowAnimation=1;jumpStyle=arc;endSize=2;exitPerimeter=0;entryPerimeter=0;" edge="1" parent="1" target="0aRQkGjj-KWWZOeJOGup-9">
          <mxGeometry relative="1" as="geometry">
            <mxPoint x="770.1800000000001" y="39.49999999999998" as="sourcePoint" />
            <mxPoint x="830" y="269.99000000000007" as="targetPoint" />
            <Array as="points">
              <mxPoint x="810" y="40" />
              <mxPoint x="810" y="275" />
              <mxPoint x="820" y="275" />
            </Array>
          </mxGeometry>
        </mxCell>
        <mxCell id="0aRQkGjj-KWWZOeJOGup-11" value="" style="group" vertex="1" connectable="0" parent="1">
          <mxGeometry x="830" y="270" width="120" height="70" as="geometry" />
        </mxCell>
        <mxCell id="0aRQkGjj-KWWZOeJOGup-9" value="" style="shape=process;whiteSpace=wrap;html=1;backgroundOutline=1;" vertex="1" parent="0aRQkGjj-KWWZOeJOGup-11">
          <mxGeometry width="120" height="70" as="geometry" />
        </mxCell>
        <mxCell id="0aRQkGjj-KWWZOeJOGup-10" value="&lt;b&gt;COMMON&lt;/b&gt;&lt;div&gt;&lt;b&gt;GROUND&lt;/b&gt;&lt;/div&gt;" style="text;html=1;align=center;verticalAlign=middle;whiteSpace=wrap;rounded=0;" vertex="1" parent="0aRQkGjj-KWWZOeJOGup-11">
          <mxGeometry x="30" y="17.5" width="60" height="35" as="geometry" />
        </mxCell>
-         <mxCell id="0aRQkGjj-KWWZOeJOGup-16" style="edgeStyle=orthogonalEdgeStyle;rounded=0;orthogonalLoop=1;jettySize=auto;html=1;exitX=1;exitY=0.75;exitDx=0;exitDy=0;entryX=0;entryY=0.25;entryDx=0;entryDy=0;" edge="1" parent="1" source="JVLtuT8sySUBbFbLTn6r-77" target="0aRQkGjj-KWWZOeJOGup-9">
+         <mxCell id="0aRQkGjj-KWWZOeJOGup-16" style="edgeStyle=orthogonalEdgeStyle;rounded=0;orthogonalLoop=1;jettySize=auto;html=1;exitX=1;exitY=0.75;exitDx=0;exitDy=0;entryX=0;entryY=0.25;entryDx=0;entryDy=0;strokeColor=#666666;flowAnimation=1;strokeWidth=2;endSize=2;" edge="1" parent="1" source="JVLtuT8sySUBbFbLTn6r-77" target="0aRQkGjj-KWWZOeJOGup-9">
          <mxGeometry relative="1" as="geometry" />
        </mxCell>
        <mxCell id="0aRQkGjj-KWWZOeJOGup-17" style="edgeStyle=orthogonalEdgeStyle;rounded=0;orthogonalLoop=1;jettySize=auto;html=1;exitX=1;exitY=0.75;exitDx=0;exitDy=0;entryX=-0.005;entryY=0.43;entryDx=0;entryDy=0;entryPerimeter=0;" edge="1" parent="1" source="JVLtuT8sySUBbFbLTn6r-63" target="0aRQkGjj-KWWZOeJOGup-9">
          <mxGeometry relative="1" as="geometry" />
        </mxCell>
      </root>
    </mxGraphModel>
  </diagram>
</mxfile>
